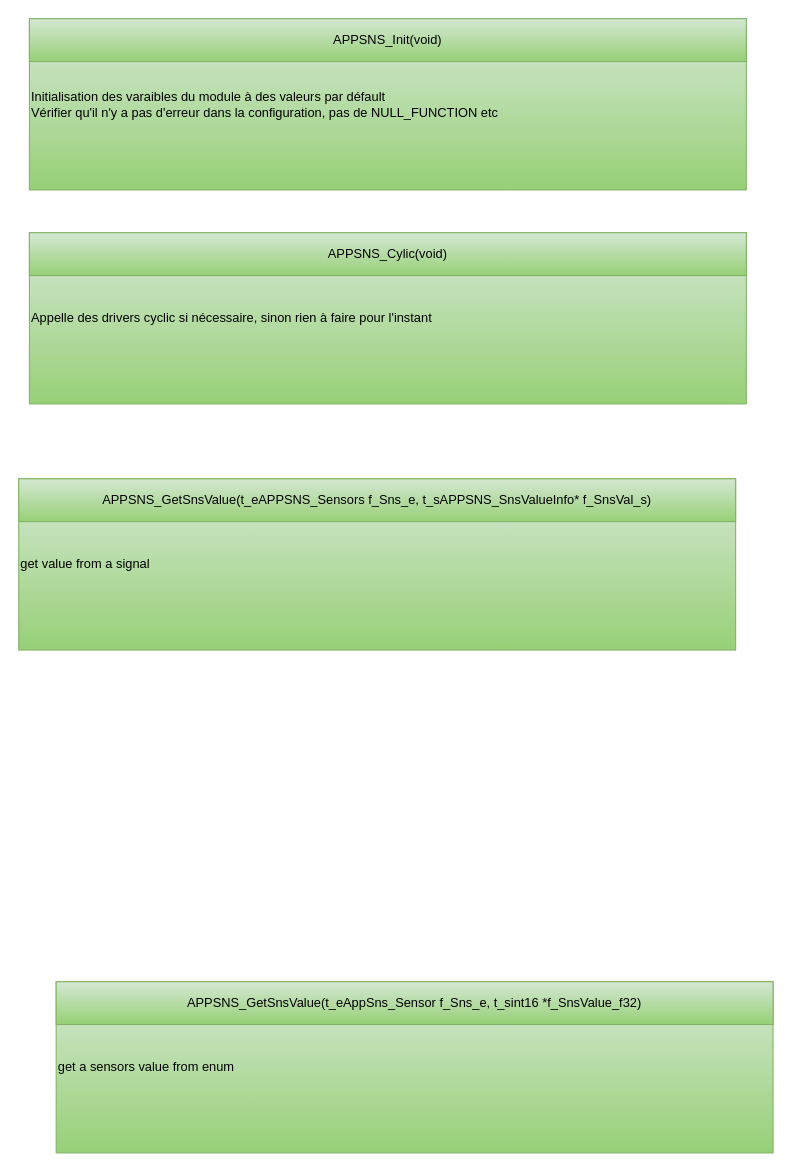
Above: page "API" (3 of 8) of Doc/AppSns_Architecture.drawio in mbarbeau0545/APPSNS (draw.io), before the change. Source tidied: cells renumbered, new cells numbered last; positions are measured from the earlier drawing's top-left corner, leaving out a move shared by most shapes. Both pictures are drawn from the tidied source at 107%, with x=0, y=0 at pixel (18, 18).
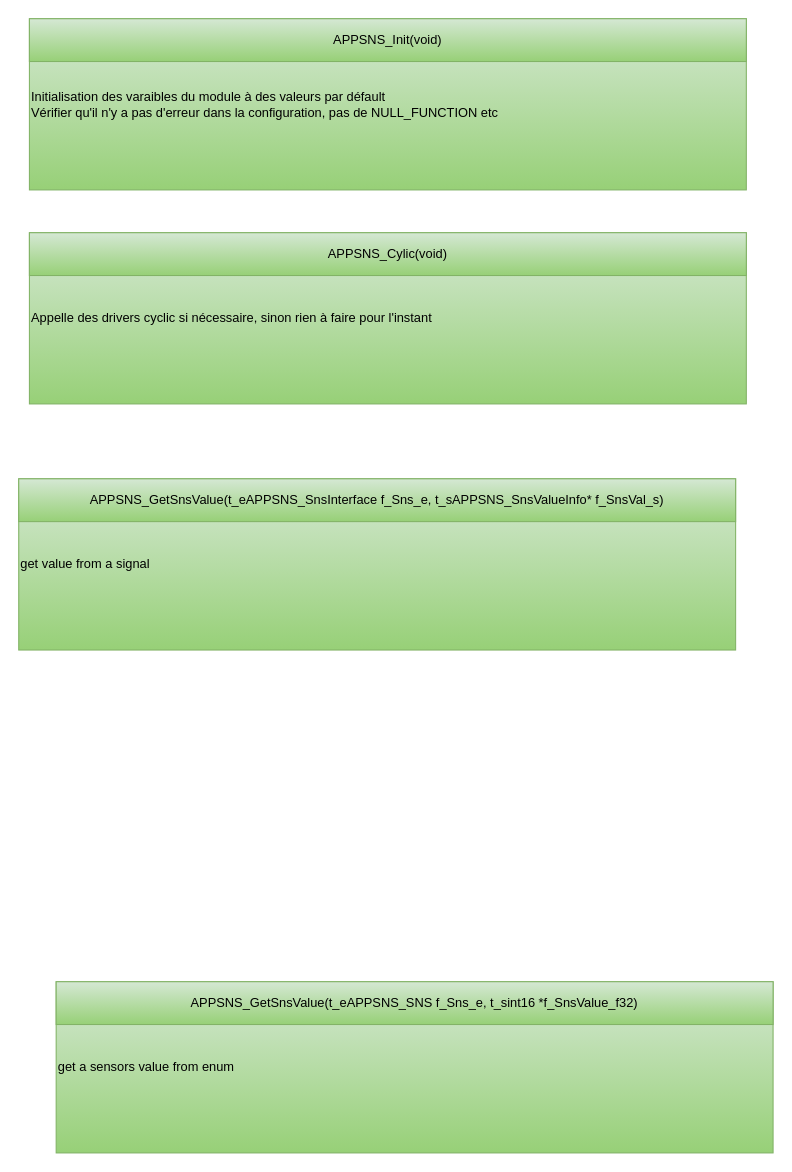
Above is the later version.

Commit message (it also covers changes not shown here):
Update Module to deal with multpiple signal from one Devixe Sensors

Diff of the diagram source:
```diff
@@
 <mxGraphModel>
   <root>
     <mxCell id="0" />
     <mxCell id="1" parent="0" />
     <mxCell id="2" style="group;" parent="1" vertex="1">
       <mxGeometry x="10" width="670" height="160" as="geometry" />
     </mxCell>
     <mxCell id="3" value="Initialisation des varaibles du module à des valeurs par défault&lt;div&gt;Vérifier qu'il n'y a pas d'erreur dans la configuration, pas de NULL_FUNCTION etc&amp;nbsp;&lt;br&gt;&lt;/div&gt;" style="rounded=0;whiteSpace=wrap;html=1;fillColor=#d5e8d4;gradientColor=#97d077;strokeColor=#82b366;fontColor=#000000;align=left;" parent="2" vertex="1">
       <mxGeometry width="670" height="160" as="geometry" />
     </mxCell>
     <mxCell id="4" value="APPSNS_Init(void)" style="rounded=0;whiteSpace=wrap;html=1;fillColor=#d5e8d4;gradientColor=#97d077;strokeColor=#82b366;fontColor=#000000;" parent="2" vertex="1">
       <mxGeometry width="670" height="40" as="geometry" />
     </mxCell>
     <mxCell id="5" style="group;" parent="1" vertex="1">
       <mxGeometry x="35" y="900" width="670" height="160" as="geometry" />
     </mxCell>
     <mxCell id="6" value="get a sensors value from enum&amp;nbsp;" style="rounded=0;whiteSpace=wrap;html=1;fillColor=#d5e8d4;gradientColor=#97d077;strokeColor=#82b366;fontColor=#000000;align=left;" parent="5" vertex="1">
       <mxGeometry width="670" height="160" as="geometry" />
     </mxCell>
-    <mxCell id="7" value="APPSNS_GetSnsValue(t_eAppSns_Sensor f_Sns_e, t_sint16 *f_SnsValue_f32)" style="rounded=0;whiteSpace=wrap;html=1;fillColor=#d5e8d4;gradientColor=#97d077;strokeColor=#82b366;fontColor=#000000;" parent="5" vertex="1">
+    <mxCell id="7" value="APPSNS_GetSnsValue(t_eAPPSNS_SNS f_Sns_e, t_sint16 *f_SnsValue_f32)" style="rounded=0;whiteSpace=wrap;html=1;fillColor=#d5e8d4;gradientColor=#97d077;strokeColor=#82b366;fontColor=#000000;" parent="5" vertex="1">
       <mxGeometry width="670" height="40" as="geometry" />
     </mxCell>
     <mxCell id="8" style="group;" parent="1" vertex="1">
       <mxGeometry x="10" y="200" width="670" height="160" as="geometry" />
     </mxCell>
     <mxCell id="9" value="Appelle des drivers cyclic si nécessaire, sinon rien à faire pour l'instant" style="rounded=0;whiteSpace=wrap;html=1;fillColor=#d5e8d4;gradientColor=#97d077;strokeColor=#82b366;fontColor=#000000;align=left;" parent="8" vertex="1">
       <mxGeometry width="670" height="160" as="geometry" />
     </mxCell>
     <mxCell id="10" value="APPSNS_Cylic(void)" style="rounded=0;whiteSpace=wrap;html=1;fillColor=#d5e8d4;gradientColor=#97d077;strokeColor=#82b366;fontColor=#000000;" parent="8" vertex="1">
       <mxGeometry width="670" height="40" as="geometry" />
     </mxCell>
     <mxCell id="11" style="group;fontSize=12;" parent="1" vertex="1">
       <mxGeometry y="430" width="670" height="160" as="geometry" />
     </mxCell>
     <mxCell id="12" value="get value from a signal&amp;nbsp;" style="rounded=0;whiteSpace=wrap;html=1;fillColor=#d5e8d4;gradientColor=#97d077;strokeColor=#82b366;fontColor=#000000;align=left;" parent="11" vertex="1">
       <mxGeometry width="670" height="160" as="geometry" />
     </mxCell>
-    <mxCell id="13" value="APPSNS_GetSnsValue(t_eAPPSNS_Sensors f_Sns_e,&amp;nbsp;&lt;span style=&quot;font-size: 12px; text-align: left; text-wrap: nowrap;&quot;&gt;t_sAPPSNS_SnsValueInfo&lt;/span&gt;&lt;span style=&quot;font-size: 12px; text-align: left; text-wrap: nowrap;&quot;&gt;* f_SnsVal_s)&lt;/span&gt;" style="rounded=0;whiteSpace=wrap;html=1;fillColor=#d5e8d4;gradientColor=#97d077;strokeColor=#82b366;fontColor=#000000;fontSize=12;" parent="11" vertex="1">
+    <mxCell id="13" value="APPSNS_GetSnsValue(t_eAPPSNS_SnsInterface f_Sns_e,&amp;nbsp;&lt;span style=&quot;font-size: 12px; text-align: left; text-wrap: nowrap;&quot;&gt;t_sAPPSNS_SnsValueInfo&lt;/span&gt;&lt;span style=&quot;font-size: 12px; text-align: left; text-wrap: nowrap;&quot;&gt;* f_SnsVal_s)&lt;/span&gt;" style="rounded=0;whiteSpace=wrap;html=1;fillColor=#d5e8d4;gradientColor=#97d077;strokeColor=#82b366;fontColor=#000000;fontSize=12;" parent="11" vertex="1">
       <mxGeometry width="670" height="40" as="geometry" />
     </mxCell>
   </root>
 </mxGraphModel>
```
